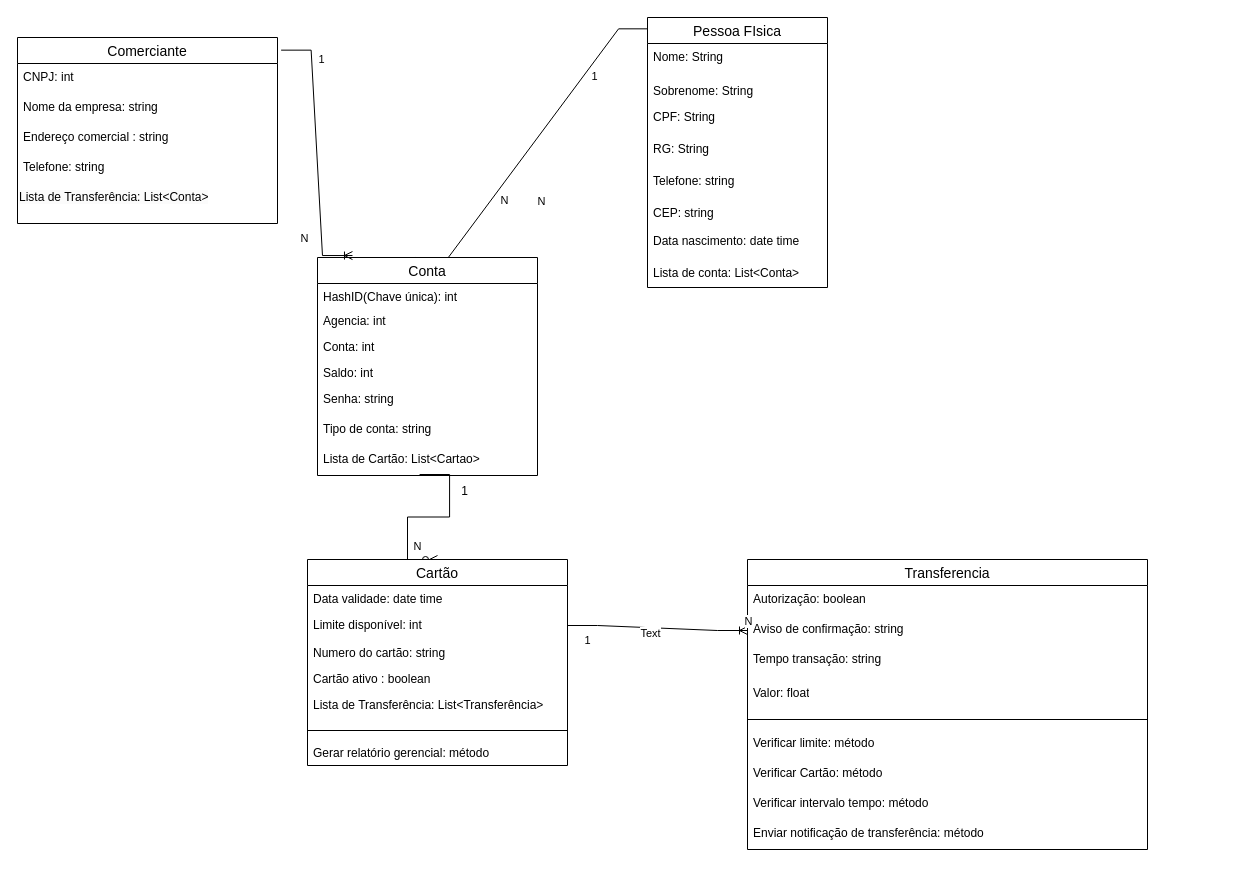
Above: Diagrama/modelagem_de_banco.drawio in Rafaelrs21/spotify (draw.io), before the change. Source tidied: cells renumbered, new cells numbered last; positions are measured from the earlier drawing's top-left corner, leaving out a move shared by most shapes. Both pictures are drawn from the tidied source at 100%, with x=0, y=0 at pixel (17, 17).
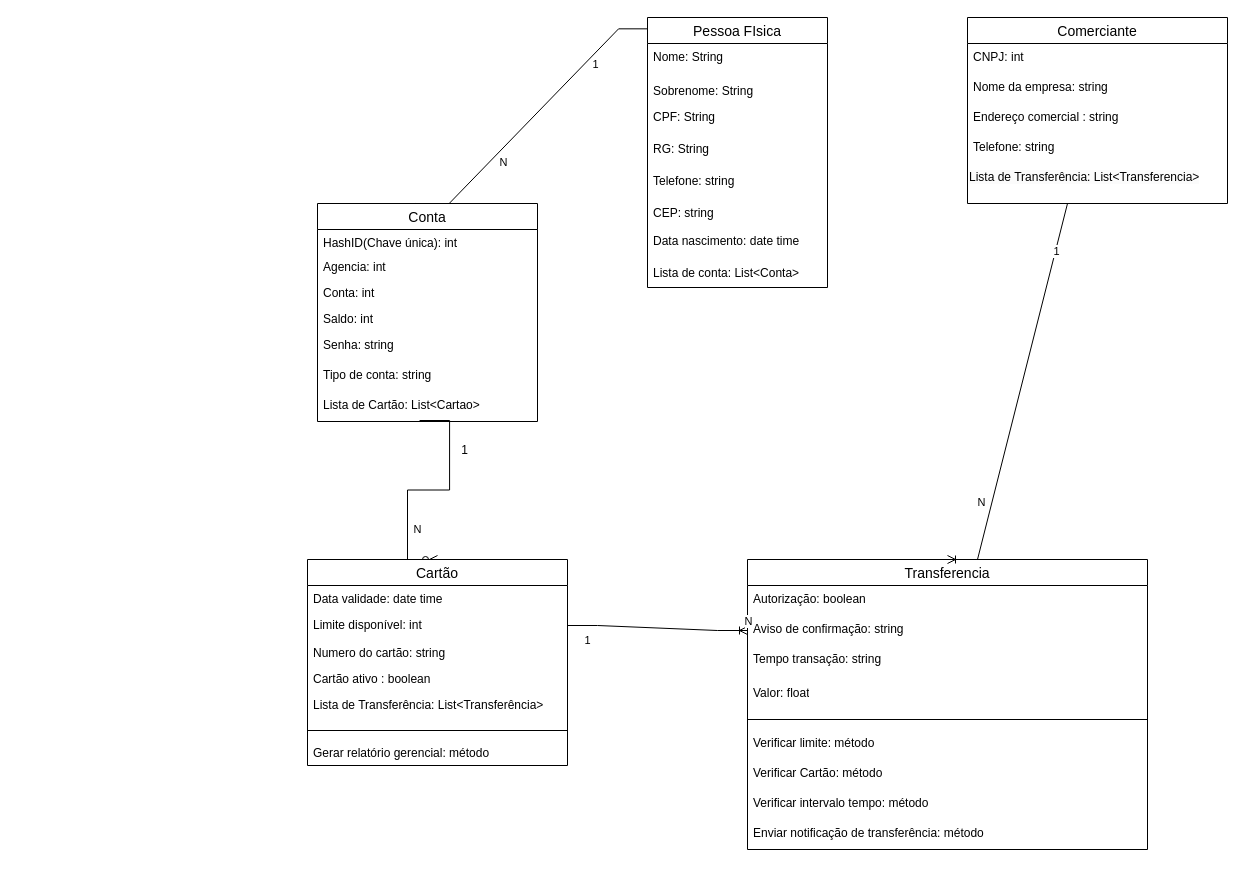
The same diagram, later.

The change refers to these unchanged cells:
```xml
<mxCell id="5" style="edgeStyle=entityRelationEdgeStyle;fontSize=12;html=1;endArrow=ERoneToMany;rounded=0;entryX=0.445;entryY=0.018;entryDx=0;entryDy=0;entryPerimeter=0;exitX=0.006;exitY=0.042;exitDx=0;exitDy=0;exitPerimeter=0;" parent="1" edge="1" source="9" target="18">
  <mxGeometry relative="1" as="geometry">
    <Array as="points">
      <mxPoint x="700" y="400" />
    </Array>
  </mxGeometry>
</mxCell>
<mxCell id="34" value="Transferencia" style="swimlane;fontStyle=0;horizontal=1;startSize=26;align=center;fontSize=14;" parent="1" vertex="1">
  <mxGeometry x="730" y="542" width="400" height="290" as="geometry" />
</mxCell>
<mxCell id="53" style="edgeStyle=entityRelationEdgeStyle;fontSize=12;html=1;endArrow=ERoneToMany;rounded=0;exitX=1;exitY=0.5;exitDx=0;exitDy=0;entryX=0;entryY=0.5;entryDx=0;entryDy=0;" parent="1" edge="1" source="28" target="36">
  <mxGeometry relative="1" as="geometry">
    <Array as="points">
      <mxPoint x="1090" y="800" />
      <mxPoint x="1070" y="790" />
    </Array>
  </mxGeometry>
</mxCell>
```

What changed in the source:
```diff
@@
-    <mxCell id="7" value="N" style="edgeLabel;html=1;align=center;verticalAlign=middle;" parent="5" vertex="1">
-      <mxGeometry x="0.02" y="2" relative="1" as="geometry">
-        <mxPoint x="9" y="52" as="offset" />
-      </mxGeometry>
-    </mxCell>
@@
     <mxCell id="18" value="Conta" style="swimlane;fontStyle=0;horizontal=1;startSize=26;align=center;fontSize=14;" parent="1" vertex="1">
-      <mxGeometry x="300" y="240" width="220" height="218" as="geometry" />
+      <mxGeometry x="300" y="186" width="220" height="218" as="geometry" />
     </mxCell>
@@
     <mxCell id="44" value="Comerciante" style="swimlane;fontStyle=0;horizontal=1;startSize=26;align=center;fontSize=14;" parent="1" vertex="1">
-      <mxGeometry y="20" width="260" height="186" as="geometry" />
+      <mxGeometry x="950" width="260" height="186" as="geometry" />
     </mxCell>
@@
-    <mxCell id="49" value="&lt;span style=&quot;color: rgb(0, 0, 0); font-family: Helvetica; font-size: 12px; font-style: normal; font-variant-ligatures: normal; font-variant-caps: normal; font-weight: 400; letter-spacing: normal; orphans: 2; text-align: left; text-indent: 0px; text-transform: none; widows: 2; word-spacing: 0px; -webkit-text-stroke-width: 0px; background-color: rgb(251, 251, 251); text-decoration-thickness: initial; text-decoration-style: initial; text-decoration-color: initial; float: none; display: inline !important;&quot;&gt;Lista de Transferência: List&amp;lt;Conta&amp;gt;&lt;/span&gt;" style="text;whiteSpace=wrap;html=1;" parent="44" vertex="1">
+    <mxCell id="49" value="&lt;span style=&quot;color: rgb(0, 0, 0); font-family: Helvetica; font-size: 12px; font-style: normal; font-variant-ligatures: normal; font-variant-caps: normal; font-weight: 400; letter-spacing: normal; orphans: 2; text-align: left; text-indent: 0px; text-transform: none; widows: 2; word-spacing: 0px; -webkit-text-stroke-width: 0px; background-color: rgb(251, 251, 251); text-decoration-thickness: initial; text-decoration-style: initial; text-decoration-color: initial; float: none; display: inline !important;&quot;&gt;Lista de Transferência: List&amp;lt;Transferencia&amp;gt;&lt;/span&gt;" style="text;whiteSpace=wrap;html=1;" parent="44" vertex="1">
       <mxGeometry y="146" width="260" height="40" as="geometry" />
     </mxCell>
-    <mxCell id="50" style="edgeStyle=entityRelationEdgeStyle;fontSize=12;html=1;endArrow=ERoneToMany;rounded=0;exitX=1.014;exitY=0.068;exitDx=0;exitDy=0;exitPerimeter=0;entryX=0.159;entryY=-0.009;entryDx=0;entryDy=0;entryPerimeter=0;" parent="1" edge="1" source="44" target="18">
+    <mxCell id="50" style="edgeStyle=entityRelationEdgeStyle;fontSize=12;html=1;endArrow=ERoneToMany;rounded=0;exitX=0.5;exitY=1;exitDx=0;exitDy=0;entryX=0.5;entryY=0;entryDx=0;entryDy=0;" parent="1" edge="1" source="49" target="34">
       <mxGeometry relative="1" as="geometry">
         <Array as="points">
           <mxPoint x="304" y="190" />
           <mxPoint x="310" y="180" />
           <mxPoint x="300" y="190" />
         </Array>
       </mxGeometry>
     </mxCell>
@@
-    <mxCell id="56" value="Text" style="edgeLabel;html=1;align=center;verticalAlign=middle;" parent="53" vertex="1">
-      <mxGeometry x="-0.08" y="-4" relative="1" as="geometry">
-        <mxPoint y="1" as="offset" />
-      </mxGeometry>
-    </mxCell>
```
